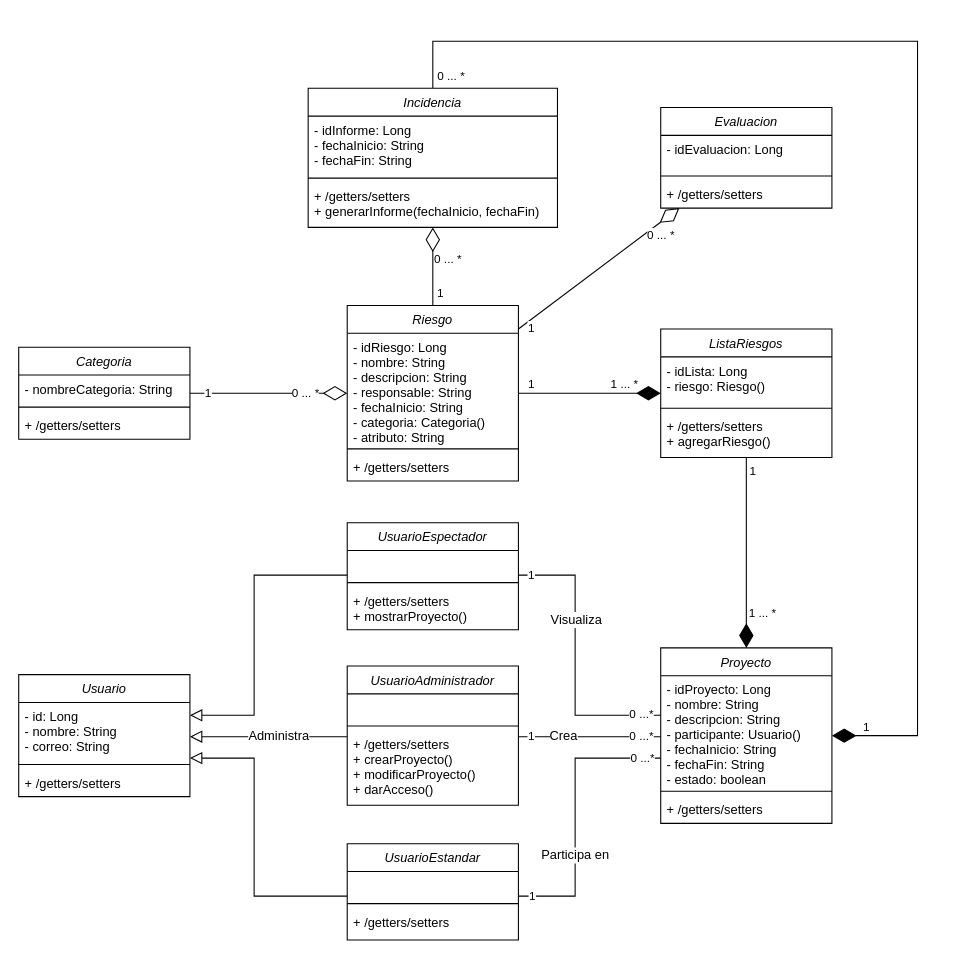
fxex/Vesta_Risk_Manager keeps this draw.io diagram as Recursos/Diagramas/Diagrama de clases.drawio. Above is the earlier version. Source tidied: cells renumbered, new cells numbered last; positions are measured from the earlier drawing's top-left corner, leaving out a move shared by most shapes. Both pictures are drawn from the tidied source at 107%, with x=0, y=0 at pixel (18, 41).
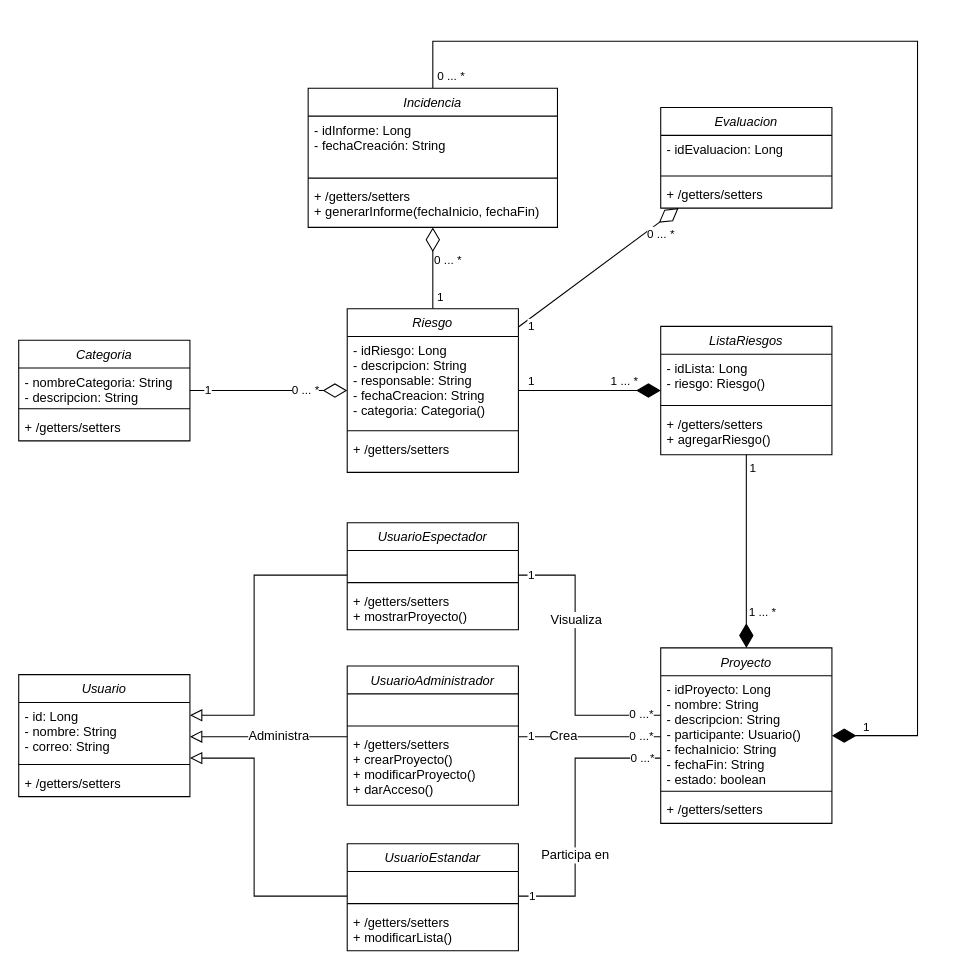
The same diagram, later.

Commit message (it also covers changes not shown here):
Doc: Se modificaron los cronogramas, se modifico el modelo de datos, se finalizo con el documento de arquitectura de sistemas

Unchanged cells that the change refers to:
```xml
<mxCell id="62" value="Incidencia&#10;" style="swimlane;fontStyle=2;align=center;verticalAlign=top;horizontal=1;startSize=26;rounded=0;shadow=0;strokeWidth=1;" parent="1" vertex="1">
  <mxGeometry x="270.5" y="44" width="233" height="130" as="geometry" />
</mxCell>
```

Change to the diagram source:
```diff
@@
     <mxCell id="11" value="Riesgo" style="swimlane;fontStyle=2;align=center;verticalAlign=top;horizontal=1;startSize=26;rounded=0;shadow=0;strokeWidth=1;" parent="1" vertex="1">
-      <mxGeometry x="307" y="247" width="160" height="164" as="geometry" />
+      <mxGeometry x="307" y="250" width="160" height="153" as="geometry" />
     </mxCell>
-    <mxCell id="12" value="- idRiesgo: Long&#10;- nombre: String&#10;- descripcion: String&#10;- responsable: String&#10;- fechaInicio: String&#10;- categoria: Categoria()&#10;- atributo: String" style="text;align=left;verticalAlign=top;spacingLeft=4;spacingRight=4;overflow=hidden;" parent="11" vertex="1">
-      <mxGeometry y="26" width="160" height="104" as="geometry" />
+    <mxCell id="12" value="- idRiesgo: Long&#10;- descripcion: String&#10;- responsable: String&#10;- fechaCreacion: String&#10;- categoria: Categoria()" style="text;align=left;verticalAlign=top;spacingLeft=4;spacingRight=4;overflow=hidden;" parent="11" vertex="1">
+      <mxGeometry y="26" width="160" height="84" as="geometry" />
     </mxCell>
     <mxCell id="13" style="line;html=1;strokeWidth=1;align=left;verticalAlign=middle;spacingTop=-1;spacingLeft=3;spacingRight=3;labelPosition=right;" parent="11" vertex="1">
-      <mxGeometry y="130" width="160" height="8" as="geometry" />
+      <mxGeometry y="110" width="160" height="8" as="geometry" />
     </mxCell>
     <mxCell id="14" value="+ /getters/setters" style="text;align=left;verticalAlign=top;spacingLeft=4;spacingRight=4;overflow=hidden;" parent="11" vertex="1">
-      <mxGeometry y="138" width="160" height="26" as="geometry" />
+      <mxGeometry y="118" width="160" height="26" as="geometry" />
     </mxCell>
@@
     <mxCell id="22" value="Categoria" style="swimlane;fontStyle=2;align=center;verticalAlign=top;horizontal=1;startSize=26;rounded=0;shadow=0;strokeWidth=1;" parent="1" vertex="1">
-      <mxGeometry y="286" width="160" height="86" as="geometry" />
+      <mxGeometry y="279.5" width="160" height="94" as="geometry" />
     </mxCell>
-    <mxCell id="23" value="- nombreCategoria: String" style="text;align=left;verticalAlign=top;spacingLeft=4;spacingRight=4;overflow=hidden;" parent="22" vertex="1">
-      <mxGeometry y="26" width="160" height="26" as="geometry" />
+    <mxCell id="23" value="- nombreCategoria: String&#10;- descripcion: String&#10;" style="text;align=left;verticalAlign=top;spacingLeft=4;spacingRight=4;overflow=hidden;" parent="22" vertex="1">
+      <mxGeometry y="26" width="160" height="34" as="geometry" />
     </mxCell>
     <mxCell id="24" style="line;html=1;strokeWidth=1;align=left;verticalAlign=middle;spacingTop=-1;spacingLeft=3;spacingRight=3;labelPosition=right;" parent="22" vertex="1">
-      <mxGeometry y="52" width="160" height="8" as="geometry" />
+      <mxGeometry y="60" width="160" height="8" as="geometry" />
     </mxCell>
     <mxCell id="25" value="+ /getters/setters" style="text;align=left;verticalAlign=top;spacingLeft=4;spacingRight=4;overflow=hidden;" parent="22" vertex="1">
-      <mxGeometry y="60" width="160" height="26" as="geometry" />
+      <mxGeometry y="68" width="160" height="26" as="geometry" />
     </mxCell>
@@
     <mxCell id="31" value="UsuarioEstandar" style="swimlane;fontStyle=2;align=center;verticalAlign=top;horizontal=1;startSize=26;rounded=0;shadow=0;strokeWidth=1;" parent="1" vertex="1">
-      <mxGeometry x="307" y="750" width="160" height="90" as="geometry" />
+      <mxGeometry x="307" y="750" width="160" height="100" as="geometry" />
     </mxCell>
@@
-    <mxCell id="34" value="+ /getters/setters" style="text;align=left;verticalAlign=top;spacingLeft=4;spacingRight=4;overflow=hidden;" parent="31" vertex="1">
-      <mxGeometry y="60" width="160" height="26" as="geometry" />
+    <mxCell id="34" value="+ /getters/setters&#10;+ modificarLista()&#10;" style="text;align=left;verticalAlign=top;spacingLeft=4;spacingRight=4;overflow=hidden;" parent="31" vertex="1">
+      <mxGeometry y="60" width="160" height="30" as="geometry" />
     </mxCell>
@@
     <mxCell id="55" value="ListaRiesgos" style="swimlane;fontStyle=2;align=center;verticalAlign=top;horizontal=1;startSize=26;rounded=0;shadow=0;strokeWidth=1;" parent="1" vertex="1">
-      <mxGeometry x="600" y="269" width="160" height="120" as="geometry" />
+      <mxGeometry x="600" y="266.5" width="160" height="120" as="geometry" />
     </mxCell>
@@
-    <mxCell id="63" value="- idInforme: Long&#10;- fechaInicio: String&#10;- fechaFin: String" style="text;align=left;verticalAlign=top;spacingLeft=4;spacingRight=4;overflow=hidden;" parent="62" vertex="1">
+    <mxCell id="63" value="- idInforme: Long&#10;- fechaCreación: String" style="text;align=left;verticalAlign=top;spacingLeft=4;spacingRight=4;overflow=hidden;" parent="62" vertex="1">
       <mxGeometry y="26" width="233" height="54" as="geometry" />
     </mxCell>
```
